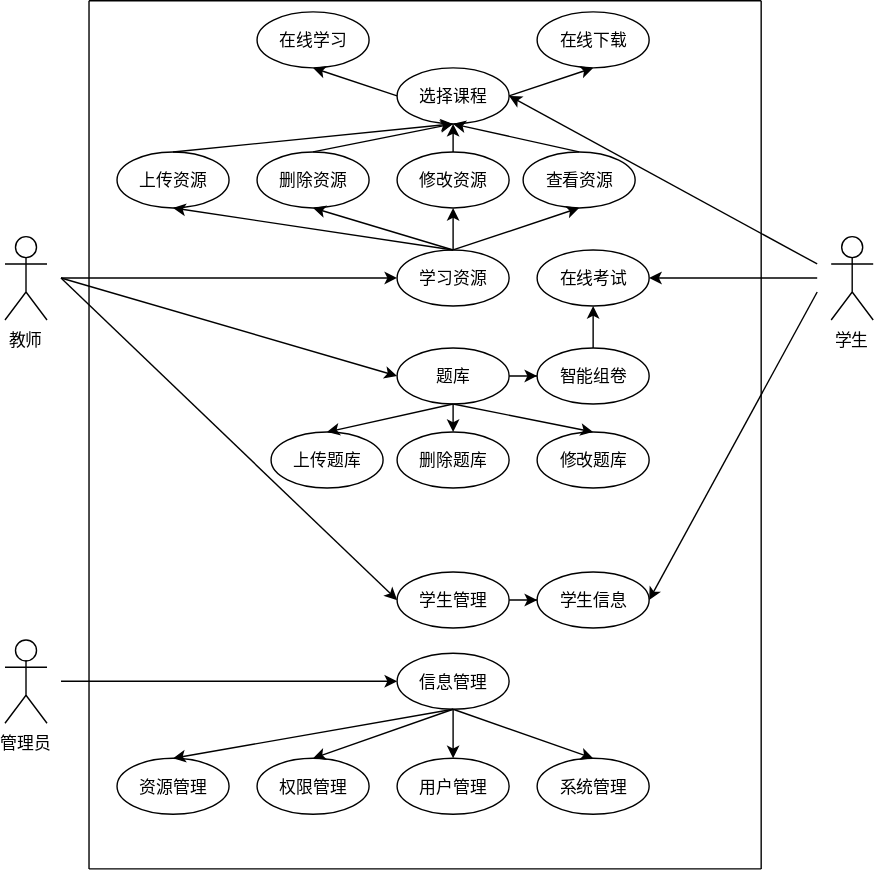
The draw.io diagram 系统总用例图.svg in LevinYao/mySSM, before a commit. Source tidied: cells renumbered, new cells last; positions are measured from the earlier drawing's top-left corner, leaving out a move shared by most shapes. Source of this version:
```xml
<mxGraphModel background="#ffffff">
  <root>
    <mxCell id="0" />
    <mxCell id="1" parent="0" />
    <mxCell id="2" value="管理员" style="shape=umlActor;verticalLabelPosition=bottom;labelBackgroundColor=#ffffff;verticalAlign=top;html=1;fontColor=none;" parent="1" vertex="1">
      <mxGeometry y="456" width="30" height="60" as="geometry" />
    </mxCell>
    <mxCell id="3" value="教师" style="shape=umlActor;verticalLabelPosition=bottom;labelBackgroundColor=#ffffff;verticalAlign=top;html=1;fontColor=none;" parent="1" vertex="1">
      <mxGeometry y="168" width="30" height="60" as="geometry" />
    </mxCell>
    <mxCell id="4" value="学习资源" style="ellipse;whiteSpace=wrap;html=1;labelBackgroundColor=none;fontColor=none;" parent="1" vertex="1">
      <mxGeometry x="280" y="178" width="80" height="40" as="geometry" />
    </mxCell>
    <mxCell id="5" value="学生" style="shape=umlActor;verticalLabelPosition=bottom;labelBackgroundColor=#ffffff;verticalAlign=top;html=1;fontColor=none;" parent="1" vertex="1">
      <mxGeometry x="590" y="168" width="30" height="60" as="geometry" />
    </mxCell>
    <mxCell id="6" value="选择课程" style="ellipse;whiteSpace=wrap;html=1;labelBackgroundColor=none;fontColor=none;" parent="1" vertex="1">
      <mxGeometry x="280" y="48" width="80" height="40" as="geometry" />
    </mxCell>
    <mxCell id="7" value="上传资源" style="ellipse;whiteSpace=wrap;html=1;labelBackgroundColor=none;fontColor=none;" parent="1" vertex="1">
      <mxGeometry x="80" y="108" width="80" height="40" as="geometry" />
    </mxCell>
    <mxCell id="8" value="删除资源" style="ellipse;whiteSpace=wrap;html=1;labelBackgroundColor=none;fontColor=none;" parent="1" vertex="1">
      <mxGeometry x="180" y="108" width="80" height="40" as="geometry" />
    </mxCell>
    <mxCell id="9" value="修改资源" style="ellipse;whiteSpace=wrap;html=1;labelBackgroundColor=none;fontColor=none;" parent="1" vertex="1">
      <mxGeometry x="280" y="108" width="80" height="40" as="geometry" />
    </mxCell>
    <mxCell id="10" value="查看资源" style="ellipse;whiteSpace=wrap;html=1;labelBackgroundColor=none;fontColor=none;" parent="1" vertex="1">
      <mxGeometry x="370" y="108" width="80" height="40" as="geometry" />
    </mxCell>
    <mxCell id="11" style="endArrow=classic;html=1;fontColor=none;entryX=1;entryY=0.5;" parent="1" edge="1" target="6">
      <mxGeometry relative="1" as="geometry">
        <mxPoint x="580" y="188" as="sourcePoint" />
      </mxGeometry>
    </mxCell>
    <mxCell id="12" value="在线学习" style="ellipse;whiteSpace=wrap;html=1;labelBackgroundColor=none;fontColor=none;" parent="1" vertex="1">
      <mxGeometry x="180" y="8" width="80" height="40" as="geometry" />
    </mxCell>
    <mxCell id="13" value="在线下载" style="ellipse;whiteSpace=wrap;html=1;labelBackgroundColor=none;fontColor=none;" parent="1" vertex="1">
      <mxGeometry x="380" y="8" width="80" height="40" as="geometry" />
    </mxCell>
    <mxCell id="14" style="endArrow=classic;html=1;fontColor=none;entryX=0.5;entryY=1;exitX=0;exitY=0.5;" parent="1" edge="1" source="6" target="12">
      <mxGeometry relative="1" as="geometry" />
    </mxCell>
    <mxCell id="15" style="endArrow=classic;html=1;fontColor=none;exitX=1;exitY=0.5;entryX=0.5;entryY=1;" parent="1" edge="1" source="6" target="13">
      <mxGeometry relative="1" as="geometry" />
    </mxCell>
    <mxCell id="16" style="endArrow=classic;html=1;fontColor=none;entryX=0;entryY=0.5;" parent="1" edge="1" target="4">
      <mxGeometry relative="1" as="geometry">
        <mxPoint x="40" y="198" as="sourcePoint" />
      </mxGeometry>
    </mxCell>
    <mxCell id="17" style="endArrow=classic;html=1;fontColor=none;entryX=0.5;entryY=1;exitX=0.5;exitY=0;" parent="1" edge="1" source="4" target="7">
      <mxGeometry relative="1" as="geometry" />
    </mxCell>
    <mxCell id="18" style="endArrow=classic;html=1;fontColor=none;entryX=0.5;entryY=1;" parent="1" edge="1" target="8">
      <mxGeometry relative="1" as="geometry">
        <mxPoint x="320" y="178" as="sourcePoint" />
      </mxGeometry>
    </mxCell>
    <mxCell id="19" style="endArrow=classic;html=1;fontColor=none;entryX=0.5;entryY=1;" parent="1" edge="1" source="4" target="9">
      <mxGeometry relative="1" as="geometry" />
    </mxCell>
    <mxCell id="20" style="endArrow=classic;html=1;fontColor=none;entryX=0.5;entryY=1;" parent="1" edge="1" target="10">
      <mxGeometry relative="1" as="geometry">
        <mxPoint x="320" y="178" as="sourcePoint" />
      </mxGeometry>
    </mxCell>
    <mxCell id="21" style="edgeStyle=orthogonalEdgeStyle;rounded=0;html=1;jettySize=auto;fontColor=none;" parent="1" edge="1" source="22" target="24">
      <mxGeometry relative="1" as="geometry" />
    </mxCell>
    <mxCell id="22" value="题库" style="ellipse;whiteSpace=wrap;html=1;labelBackgroundColor=none;fontColor=none;" parent="1" vertex="1">
      <mxGeometry x="280" y="248" width="80" height="40" as="geometry" />
    </mxCell>
    <mxCell id="23" style="edgeStyle=orthogonalEdgeStyle;rounded=0;html=1;jettySize=auto;fontColor=none;" parent="1" edge="1" source="24" target="25">
      <mxGeometry relative="1" as="geometry" />
    </mxCell>
    <mxCell id="24" value="智能组卷" style="ellipse;whiteSpace=wrap;html=1;labelBackgroundColor=none;fontColor=none;" parent="1" vertex="1">
      <mxGeometry x="380" y="248" width="80" height="40" as="geometry" />
    </mxCell>
    <mxCell id="25" value="在线考试" style="ellipse;whiteSpace=wrap;html=1;labelBackgroundColor=none;fontColor=none;" parent="1" vertex="1">
      <mxGeometry x="380" y="178" width="80" height="40" as="geometry" />
    </mxCell>
    <mxCell id="26" style="endArrow=classic;html=1;fontColor=none;entryX=0;entryY=0.5;" parent="1" edge="1" target="22">
      <mxGeometry relative="1" as="geometry">
        <mxPoint x="40" y="198" as="sourcePoint" />
      </mxGeometry>
    </mxCell>
    <mxCell id="27" style="endArrow=classic;html=1;fontColor=none;entryX=0.5;entryY=1;" parent="1" edge="1" target="6">
      <mxGeometry relative="1" as="geometry">
        <mxPoint x="320" y="108" as="sourcePoint" />
      </mxGeometry>
    </mxCell>
    <mxCell id="28" style="endArrow=classic;html=1;fontColor=none;entryX=0.5;entryY=1;exitX=0.5;exitY=0;" parent="1" edge="1" source="8" target="6">
      <mxGeometry relative="1" as="geometry" />
    </mxCell>
    <mxCell id="29" style="endArrow=classic;html=1;fontColor=none;entryX=0.5;entryY=1;exitX=0.5;exitY=0;" parent="1" edge="1" source="7" target="6">
      <mxGeometry relative="1" as="geometry" />
    </mxCell>
    <mxCell id="30" style="endArrow=classic;html=1;fontColor=none;entryX=0.5;entryY=1;exitX=0.5;exitY=0;" parent="1" edge="1" source="10" target="6">
      <mxGeometry relative="1" as="geometry" />
    </mxCell>
    <mxCell id="31" style="endArrow=classic;html=1;fontColor=none;entryX=1;entryY=0.5;" parent="1" edge="1" target="25">
      <mxGeometry relative="1" as="geometry">
        <mxPoint x="580" y="198" as="sourcePoint" />
      </mxGeometry>
    </mxCell>
    <mxCell id="32" value="上传题库" style="ellipse;whiteSpace=wrap;html=1;labelBackgroundColor=none;fontColor=none;" parent="1" vertex="1">
      <mxGeometry x="190" y="308" width="80" height="40" as="geometry" />
    </mxCell>
    <mxCell id="33" value="删除题库" style="ellipse;whiteSpace=wrap;html=1;labelBackgroundColor=none;fontColor=none;" parent="1" vertex="1">
      <mxGeometry x="280" y="308" width="80" height="40" as="geometry" />
    </mxCell>
    <mxCell id="34" value="修改题库" style="ellipse;whiteSpace=wrap;html=1;labelBackgroundColor=none;fontColor=none;" parent="1" vertex="1">
      <mxGeometry x="380" y="308" width="80" height="40" as="geometry" />
    </mxCell>
    <mxCell id="35" style="endArrow=classic;html=1;fontColor=none;entryX=0.5;entryY=0;exitX=0.5;exitY=1;" parent="1" edge="1" source="22" target="32">
      <mxGeometry relative="1" as="geometry" />
    </mxCell>
    <mxCell id="36" style="endArrow=classic;html=1;fontColor=none;entryX=0.5;entryY=0;" parent="1" edge="1" target="33">
      <mxGeometry relative="1" as="geometry">
        <mxPoint x="320" y="288" as="sourcePoint" />
      </mxGeometry>
    </mxCell>
    <mxCell id="37" style="endArrow=classic;html=1;fontColor=none;entryX=0.5;entryY=0;exitX=0.5;exitY=1;" parent="1" edge="1" source="22" target="34">
      <mxGeometry relative="1" as="geometry" />
    </mxCell>
    <mxCell id="38" style="edgeStyle=orthogonalEdgeStyle;rounded=0;html=1;jettySize=auto;fontColor=none;" parent="1" edge="1" source="39" target="40">
      <mxGeometry relative="1" as="geometry" />
    </mxCell>
    <mxCell id="39" value="学生管理" style="ellipse;whiteSpace=wrap;html=1;labelBackgroundColor=none;fontColor=none;" parent="1" vertex="1">
      <mxGeometry x="280" y="408" width="80" height="40" as="geometry" />
    </mxCell>
    <mxCell id="40" value="学生信息" style="ellipse;whiteSpace=wrap;html=1;labelBackgroundColor=none;fontColor=none;" parent="1" vertex="1">
      <mxGeometry x="380" y="408" width="80" height="40" as="geometry" />
    </mxCell>
    <mxCell id="41" style="endArrow=classic;html=1;fontColor=none;entryX=1;entryY=0.5;" parent="1" edge="1" target="40">
      <mxGeometry relative="1" as="geometry">
        <mxPoint x="580" y="208" as="sourcePoint" />
      </mxGeometry>
    </mxCell>
    <mxCell id="42" value="信息管理" style="ellipse;whiteSpace=wrap;html=1;labelBackgroundColor=none;fontColor=none;" parent="1" vertex="1">
      <mxGeometry x="280" y="466" width="80" height="40" as="geometry" />
    </mxCell>
    <mxCell id="43" value="资源管理" style="ellipse;whiteSpace=wrap;html=1;labelBackgroundColor=none;fontColor=none;" parent="1" vertex="1">
      <mxGeometry x="80" y="541" width="80" height="40" as="geometry" />
    </mxCell>
    <mxCell id="44" value="权限管理" style="ellipse;whiteSpace=wrap;html=1;labelBackgroundColor=none;fontColor=none;" parent="1" vertex="1">
      <mxGeometry x="180" y="541" width="80" height="40" as="geometry" />
    </mxCell>
    <mxCell id="45" value="用户管理" style="ellipse;whiteSpace=wrap;html=1;labelBackgroundColor=none;fontColor=none;" parent="1" vertex="1">
      <mxGeometry x="280" y="541" width="80" height="40" as="geometry" />
    </mxCell>
    <mxCell id="46" value="系统管理" style="ellipse;whiteSpace=wrap;html=1;labelBackgroundColor=none;fontColor=none;" parent="1" vertex="1">
      <mxGeometry x="380" y="541" width="80" height="40" as="geometry" />
    </mxCell>
    <mxCell id="47" style="endArrow=classic;html=1;fontColor=none;entryX=0;entryY=0.5;" parent="1" edge="1" target="42">
      <mxGeometry relative="1" as="geometry">
        <mxPoint x="40" y="486" as="sourcePoint" />
      </mxGeometry>
    </mxCell>
    <mxCell id="48" style="endArrow=classic;html=1;fontColor=none;entryX=0.5;entryY=0;exitX=0.5;exitY=1;" parent="1" edge="1" source="42" target="43">
      <mxGeometry relative="1" as="geometry" />
    </mxCell>
    <mxCell id="49" style="endArrow=classic;html=1;fontColor=none;entryX=0.5;entryY=0;" parent="1" edge="1" target="44">
      <mxGeometry relative="1" as="geometry">
        <mxPoint x="320" y="506" as="sourcePoint" />
      </mxGeometry>
    </mxCell>
    <mxCell id="50" style="endArrow=classic;html=1;fontColor=none;entryX=0.5;entryY=0;exitX=0.5;exitY=1;" parent="1" edge="1" source="42" target="45">
      <mxGeometry relative="1" as="geometry" />
    </mxCell>
    <mxCell id="51" style="endArrow=classic;html=1;fontColor=none;entryX=0.5;entryY=0;exitX=0.5;exitY=1;" parent="1" edge="1" source="42" target="46">
      <mxGeometry relative="1" as="geometry" />
    </mxCell>
    <mxCell id="52" style="endArrow=classic;html=1;fontColor=none;entryX=0;entryY=0.5;" parent="1" edge="1" target="39">
      <mxGeometry relative="1" as="geometry">
        <mxPoint x="40" y="198" as="sourcePoint" />
      </mxGeometry>
    </mxCell>
    <mxCell id="53" style="endArrow=none;html=1;fontColor=none;" parent="1" edge="1">
      <mxGeometry relative="1" as="geometry">
        <mxPoint x="60" y="620" as="sourcePoint" />
        <mxPoint x="540" y="620" as="targetPoint" />
      </mxGeometry>
    </mxCell>
    <mxCell id="54" style="endArrow=none;html=1;fontColor=none;" parent="1" edge="1">
      <mxGeometry relative="1" as="geometry">
        <mxPoint x="60" as="sourcePoint" />
        <mxPoint x="60" y="620" as="targetPoint" />
      </mxGeometry>
    </mxCell>
    <mxCell id="55" style="endArrow=none;html=1;fontColor=none;" parent="1" edge="1">
      <mxGeometry relative="1" as="geometry">
        <mxPoint x="540" as="sourcePoint" />
        <mxPoint x="540" y="620" as="targetPoint" />
      </mxGeometry>
    </mxCell>
    <mxCell id="56" style="endArrow=none;html=1;fontColor=none;" parent="1" edge="1">
      <mxGeometry relative="1" as="geometry">
        <mxPoint x="60" as="sourcePoint" />
        <mxPoint x="540" as="targetPoint" />
      </mxGeometry>
    </mxCell>
  </root>
</mxGraphModel>
```
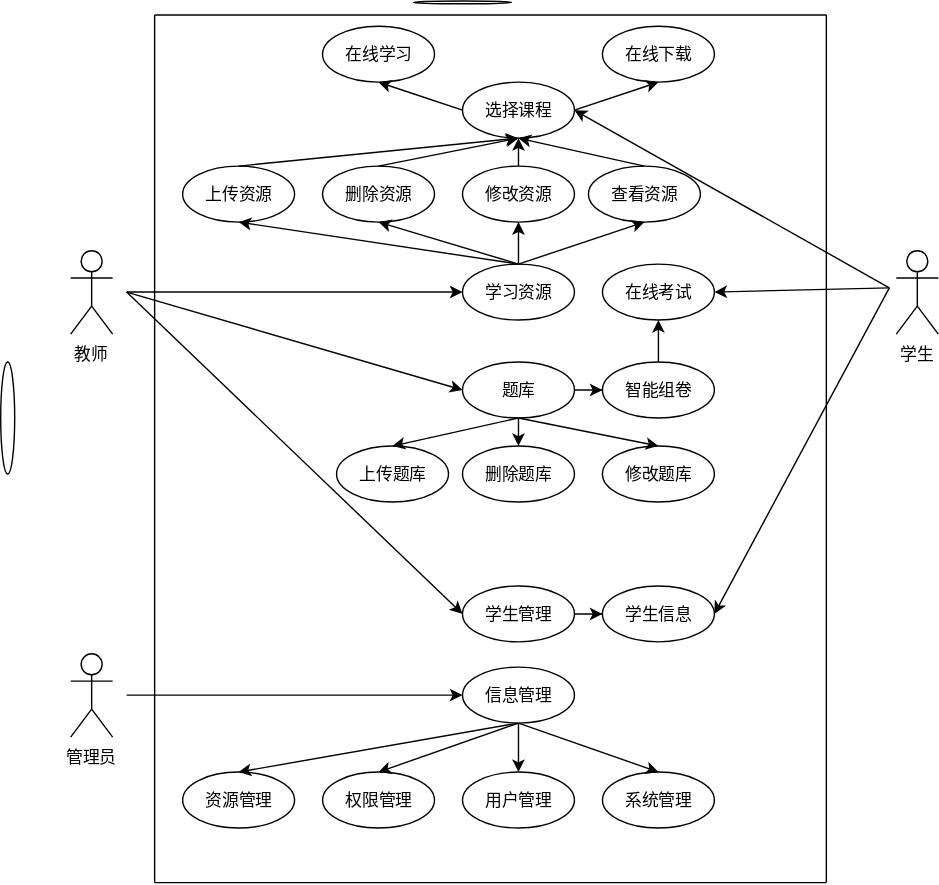
After the change.

Commit message:
Update 系统总用例图.svg

Diff of the diagram source:
```diff
@@ -31,7 +31,7 @@
     </mxCell>
     <mxCell id="11" style="endArrow=classic;html=1;fontColor=none;entryX=1;entryY=0.5;" parent="1" edge="1" target="6">
       <mxGeometry relative="1" as="geometry">
-        <mxPoint x="580" y="188" as="sourcePoint" />
+        <mxPoint x="600" y="210" as="sourcePoint" />
       </mxGeometry>
     </mxCell>
     <mxCell id="12" value="在线学习" style="ellipse;whiteSpace=wrap;html=1;labelBackgroundColor=none;fontColor=none;" parent="1" vertex="1">
@@ -103,7 +103,7 @@
     </mxCell>
     <mxCell id="31" style="endArrow=classic;html=1;fontColor=none;entryX=1;entryY=0.5;" parent="1" edge="1" target="25">
       <mxGeometry relative="1" as="geometry">
-        <mxPoint x="580" y="198" as="sourcePoint" />
+        <mxPoint x="600" y="210" as="sourcePoint" />
       </mxGeometry>
     </mxCell>
     <mxCell id="32" value="上传题库" style="ellipse;whiteSpace=wrap;html=1;labelBackgroundColor=none;fontColor=none;" parent="1" vertex="1">
@@ -137,7 +137,7 @@
     </mxCell>
     <mxCell id="41" style="endArrow=classic;html=1;fontColor=none;entryX=1;entryY=0.5;" parent="1" edge="1" target="40">
       <mxGeometry relative="1" as="geometry">
-        <mxPoint x="580" y="208" as="sourcePoint" />
+        <mxPoint x="600" y="210" as="sourcePoint" />
       </mxGeometry>
     </mxCell>
     <mxCell id="42" value="信息管理" style="ellipse;whiteSpace=wrap;html=1;labelBackgroundColor=none;fontColor=none;" parent="1" vertex="1">
@@ -203,5 +203,11 @@
         <mxPoint x="540" as="targetPoint" />
       </mxGeometry>
     </mxCell>
+    <mxCell id="57" style="ellipse;whiteSpace=wrap;html=1;strokeWidth=1;fontColor=none;" parent="1" vertex="1">
+      <mxGeometry x="-50" y="248" width="10" height="80" as="geometry" />
+    </mxCell>
+    <mxCell id="58" style="ellipse;whiteSpace=wrap;html=1;strokeWidth=1;fontColor=none;" parent="1" vertex="1">
+      <mxGeometry x="245" y="-10" width="70" height="2" as="geometry" />
+    </mxCell>
   </root>
 </mxGraphModel>
```
